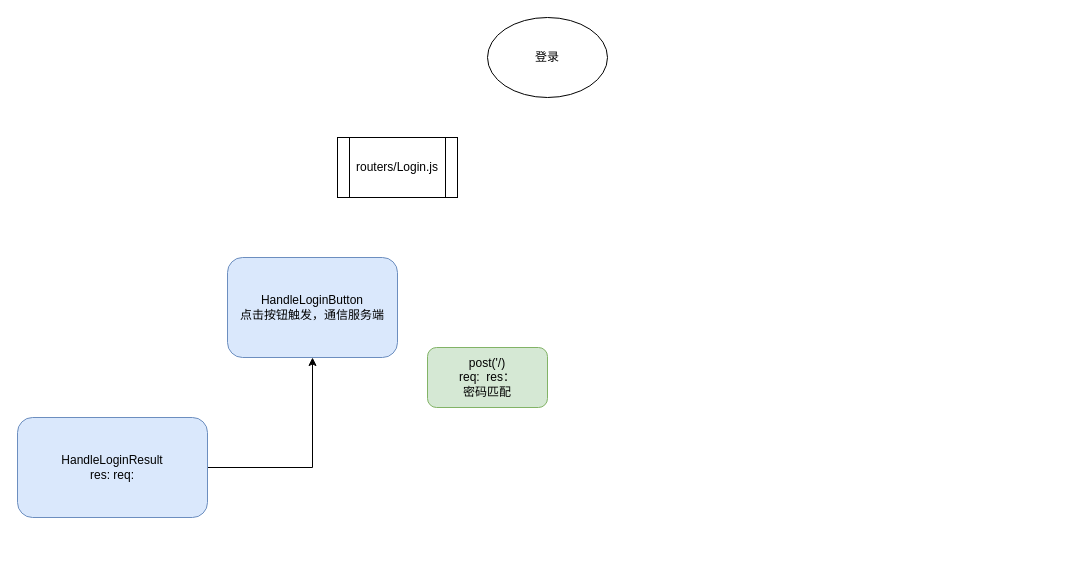
Before: 代码模块图.drawio in 233SunCat/SYLicense2.0, a draw.io diagram. Source tidied: cells renumbered, new cells numbered last; positions are measured from the earlier drawing's top-left corner, leaving out a move shared by most shapes. Both pictures are drawn from the tidied source at 100%, with x=0, y=0 at pixel (17, 17).
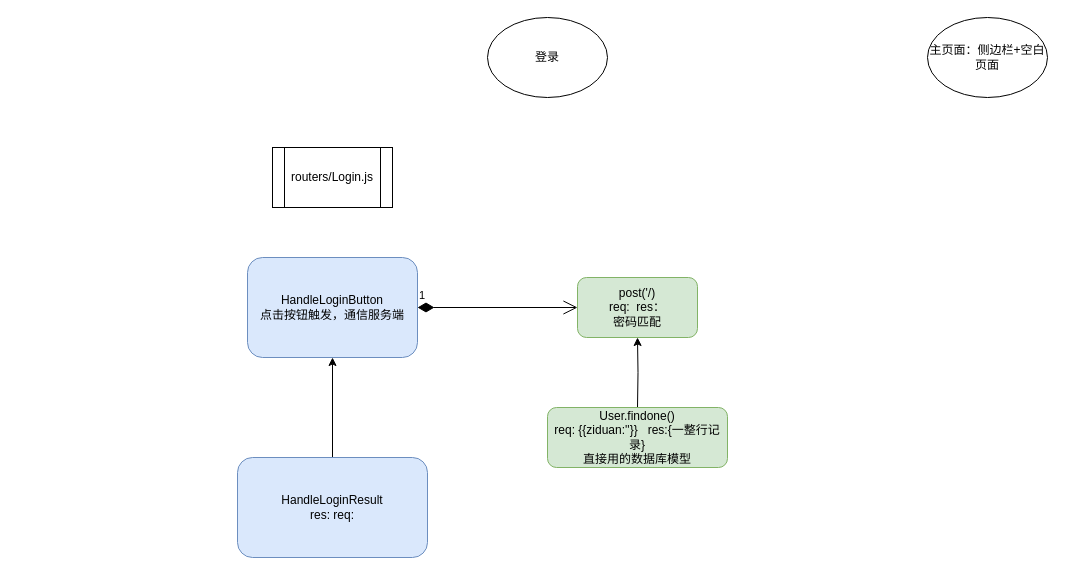
The same diagram, later.

Commit message:
更新代码模块图.drawio

The edit, as a diff of the source:
```diff
@@
 <mxGraphModel>
   <root>
     <mxCell id="0" />
     <mxCell id="1" parent="0" />
     <mxCell id="2" value="登录" style="ellipse;whiteSpace=wrap;html=1;" parent="1" vertex="1">
       <mxGeometry x="470" width="120" height="80" as="geometry" />
     </mxCell>
     <mxCell id="3" value="post('/)&lt;br&gt;req:&amp;nbsp; res：&lt;br&gt;密码匹配" style="rounded=1;whiteSpace=wrap;html=1;fillColor=#d5e8d4;strokeColor=#82b366;" parent="1" vertex="1">
-      <mxGeometry x="410" y="330" width="120" height="60" as="geometry" />
+      <mxGeometry x="560" y="260" width="120" height="60" as="geometry" />
     </mxCell>
     <mxCell id="4" value="routers/Login.js" style="shape=process;whiteSpace=wrap;html=1;backgroundOutline=1;" parent="1" vertex="1">
-      <mxGeometry x="320" y="120" width="120" height="60" as="geometry" />
+      <mxGeometry x="255" y="130" width="120" height="60" as="geometry" />
     </mxCell>
     <mxCell id="5" value="HandleLoginButton&lt;br&gt;点击按钮触发，通信服务端" style="rounded=1;whiteSpace=wrap;html=1;fillColor=#dae8fc;strokeColor=#6c8ebf;" parent="1" vertex="1">
-      <mxGeometry x="210" y="240" width="170" height="100" as="geometry" />
+      <mxGeometry x="230" y="240" width="170" height="100" as="geometry" />
     </mxCell>
     <mxCell id="6" style="edgeStyle=orthogonalEdgeStyle;rounded=0;jettySize=auto;html=1;entryX=0.5;entryY=1;entryDx=0;entryDy=0;" parent="1" edge="1" source="7" target="5">
       <mxGeometry relative="1" as="geometry" />
     </mxCell>
     <mxCell id="7" value="HandleLoginResult&lt;br&gt;res: req:&lt;br&gt;" style="rounded=1;whiteSpace=wrap;html=1;fillColor=#dae8fc;strokeColor=#6c8ebf;" parent="1" vertex="1">
-      <mxGeometry y="400" width="190" height="100" as="geometry" />
+      <mxGeometry x="220" y="440" width="190" height="100" as="geometry" />
     </mxCell>
+    <mxCell id="8" value="1" style="endArrow=open;html=1;endSize=12;startArrow=diamondThin;startSize=14;startFill=1;edgeStyle=orthogonalEdgeStyle;align=left;verticalAlign=bottom;rounded=0;" parent="1" edge="1">
+      <mxGeometry x="-1" y="3" relative="1" as="geometry">
+        <mxPoint x="400" y="290" as="sourcePoint" />
+        <mxPoint x="560" y="290" as="targetPoint" />
+      </mxGeometry>
+    </mxCell>
+    <mxCell id="9" style="edgeStyle=orthogonalEdgeStyle;rounded=0;jettySize=auto;html=1;entryX=0.5;entryY=1;entryDx=0;entryDy=0;" parent="1" edge="1" target="3">
+      <mxGeometry relative="1" as="geometry">
+        <mxPoint x="620" y="390" as="sourcePoint" />
+      </mxGeometry>
+    </mxCell>
+    <mxCell id="10" value="User.findone()&lt;br&gt;req: {{ziduan:''}}&amp;nbsp; &amp;nbsp;res:{一整行记录}&lt;br&gt;直接用的数据库模型" style="rounded=1;whiteSpace=wrap;html=1;fillColor=#d5e8d4;strokeColor=#82b366;" parent="1" vertex="1">
+      <mxGeometry x="530" y="390" width="180" height="60" as="geometry" />
+    </mxCell>
+    <mxCell id="11" value="主页面：侧边栏+空白页面" style="ellipse;whiteSpace=wrap;html=1;rounded=1;strokeColor=default;align=center;verticalAlign=middle;fontFamily=Helvetica;fontSize=12;fontColor=default;fillColor=default;" parent="1" vertex="1">
+      <mxGeometry x="910" width="120" height="80" as="geometry" />
+    </mxCell>
   </root>
 </mxGraphModel>
```
